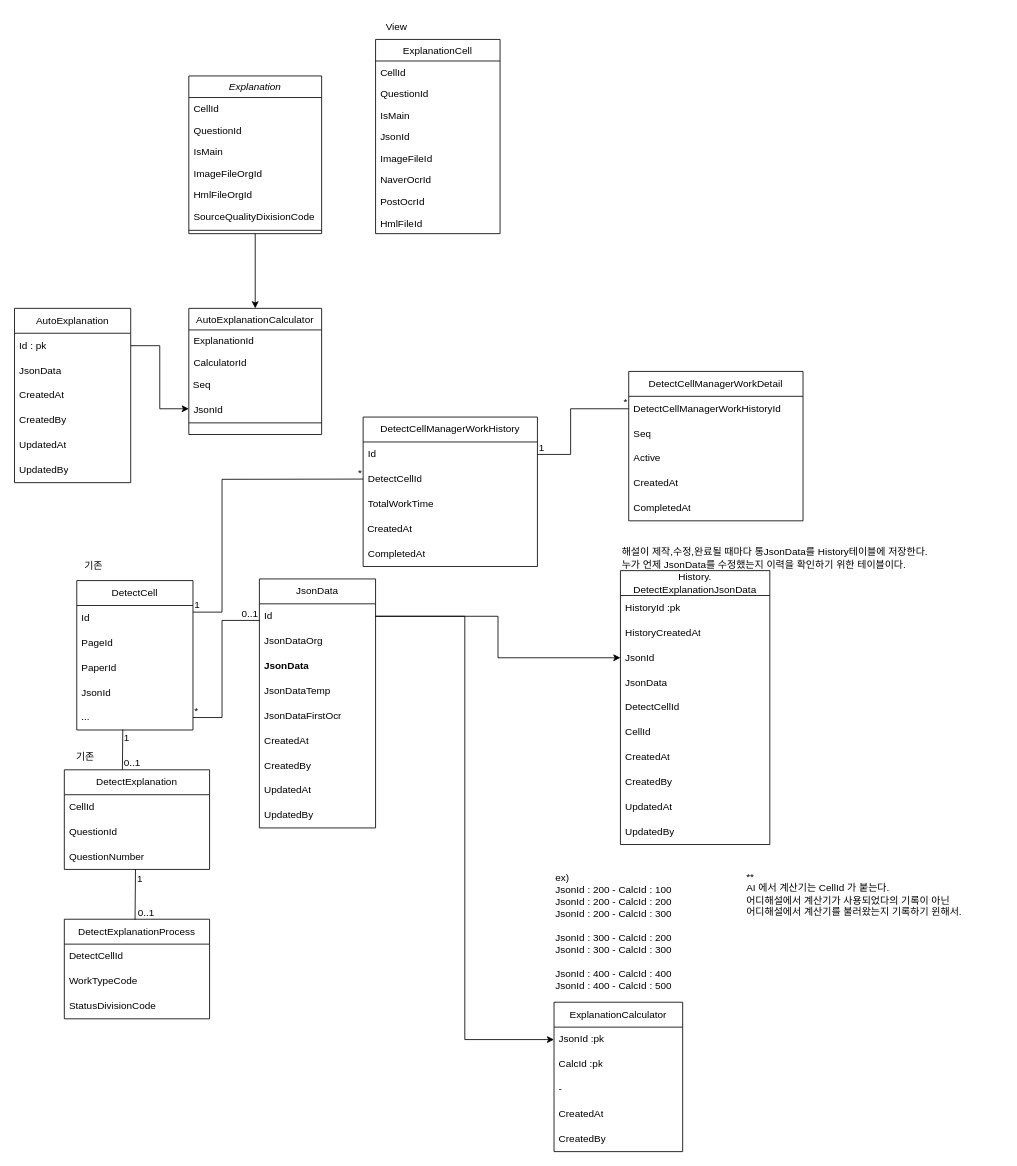
Above: 해설계산기.drawio in hyeonzx/Explanation_Calculator (draw.io), before the change. Source tidied: cells renumbered, new cells numbered last; positions are measured from the earlier drawing's top-left corner, leaving out a move shared by most shapes. Both pictures are drawn from the tidied source at 83%, with x=0, y=0 at pixel (14, 14).
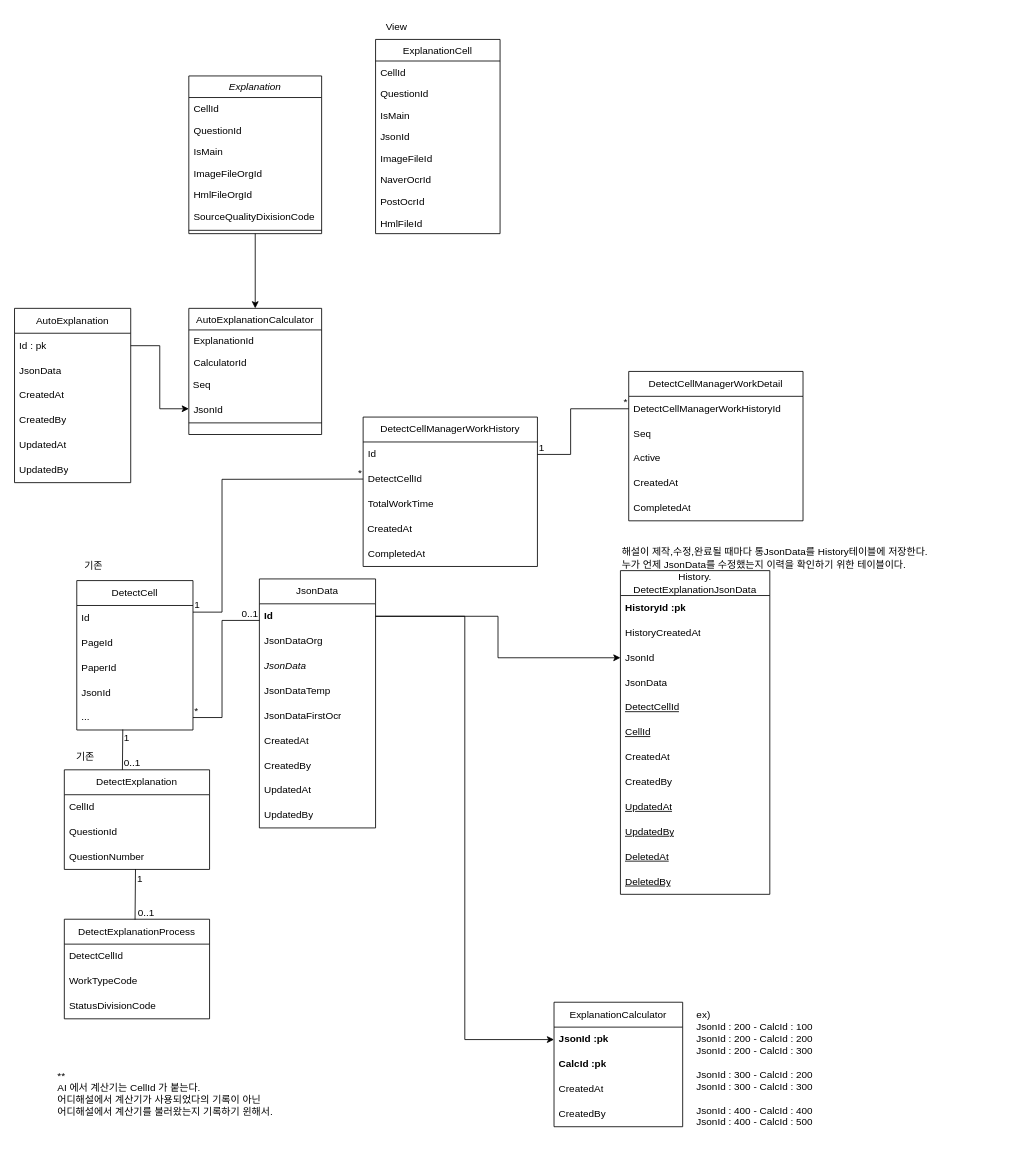
Above is the later version.

Commit message (it also covers changes not shown here):
해설계산기.drawio 업데이트

The change refers to these unchanged cells:
```xml
<mxCell id="42" value="JsonData" style="swimlane;fontStyle=0;horizontal=1;startSize=30;whiteSpace=wrap;html=1;" parent="1" vertex="1">
  <mxGeometry x="295" y="680" width="140" height="300" as="geometry" />
</mxCell>
```

What changed in the source:
```diff
@@
     <mxCell id="27" value="ExplanationCalculator" style="swimlane;fontStyle=0;horizontal=1;startSize=30;whiteSpace=wrap;html=1;" parent="1" vertex="1">
-      <mxGeometry x="650" y="1190" width="155" height="180" as="geometry" />
+      <mxGeometry x="650" y="1190" width="155" height="150" as="geometry" />
     </mxCell>
-    <mxCell id="28" value="JsonId :pk" style="text;strokeColor=none;fillColor=none;align=left;verticalAlign=middle;spacingLeft=4;spacingRight=4;overflow=hidden;points=[[0,0.5],[1,0.5]];portConstraint=eastwest;whiteSpace=wrap;html=1;" parent="27" vertex="1">
+    <mxCell id="28" value="&lt;b&gt;JsonId :pk&lt;/b&gt;" style="text;strokeColor=none;fillColor=none;align=left;verticalAlign=middle;spacingLeft=4;spacingRight=4;overflow=hidden;points=[[0,0.5],[1,0.5]];portConstraint=eastwest;whiteSpace=wrap;html=1;" parent="27" vertex="1">
       <mxGeometry y="30" width="155" height="30" as="geometry" />
     </mxCell>
-    <mxCell id="29" value="CalcId :pk" style="text;strokeColor=none;fillColor=none;align=left;verticalAlign=middle;spacingLeft=4;spacingRight=4;overflow=hidden;whiteSpace=wrap;html=1;" parent="27" vertex="1">
+    <mxCell id="29" value="&lt;b&gt;CalcId :pk&lt;/b&gt;" style="text;strokeColor=none;fillColor=none;align=left;verticalAlign=middle;spacingLeft=4;spacingRight=4;overflow=hidden;whiteSpace=wrap;html=1;" parent="27" vertex="1">
       <mxGeometry y="60" width="155" height="30" as="geometry" />
     </mxCell>
-    <mxCell id="30" value="&lt;i&gt;-&lt;/i&gt;" style="text;strokeColor=none;fillColor=none;align=left;verticalAlign=middle;spacingLeft=4;spacingRight=4;overflow=hidden;whiteSpace=wrap;html=1;" parent="27" vertex="1">
-      <mxGeometry y="90" width="155" height="30" as="geometry" />
-    </mxCell>
     <mxCell id="31" value="CreatedAt" style="text;strokeColor=none;fillColor=none;align=left;verticalAlign=middle;spacingLeft=4;spacingRight=4;overflow=hidden;whiteSpace=wrap;html=1;" parent="27" vertex="1">
-      <mxGeometry y="120" width="155" height="30" as="geometry" />
+      <mxGeometry y="90" width="155" height="30" as="geometry" />
     </mxCell>
     <mxCell id="32" value="CreatedBy" style="text;strokeColor=none;fillColor=none;align=left;verticalAlign=middle;spacingLeft=4;spacingRight=4;overflow=hidden;whiteSpace=wrap;html=1;" parent="27" vertex="1">
-      <mxGeometry y="150" width="155" height="30" as="geometry" />
+      <mxGeometry y="120" width="155" height="30" as="geometry" />
     </mxCell>
@@
-    <mxCell id="43" value="Id" style="text;strokeColor=none;fillColor=none;align=left;verticalAlign=middle;spacingLeft=4;spacingRight=4;overflow=hidden;points=[[0,0.5],[1,0.5]];portConstraint=eastwest;whiteSpace=wrap;html=1;" parent="42" vertex="1">
+    <mxCell id="43" value="&lt;b&gt;Id&lt;/b&gt;" style="text;strokeColor=none;fillColor=none;align=left;verticalAlign=middle;spacingLeft=4;spacingRight=4;overflow=hidden;points=[[0,0.5],[1,0.5]];portConstraint=eastwest;whiteSpace=wrap;html=1;" parent="42" vertex="1">
       <mxGeometry y="30" width="140" height="30" as="geometry" />
     </mxCell>
@@
-    <mxCell id="45" value="&lt;b&gt;JsonData&lt;/b&gt;" style="text;strokeColor=none;fillColor=none;align=left;verticalAlign=middle;spacingLeft=4;spacingRight=4;overflow=hidden;whiteSpace=wrap;html=1;" parent="42" vertex="1">
+    <mxCell id="45" value="&lt;i style=&quot;&quot;&gt;JsonData&lt;/i&gt;" style="text;strokeColor=none;fillColor=none;align=left;verticalAlign=middle;spacingLeft=4;spacingRight=4;overflow=hidden;whiteSpace=wrap;html=1;" parent="42" vertex="1">
       <mxGeometry y="90" width="140" height="30" as="geometry" />
     </mxCell>
@@
     <mxCell id="58" value="History.&lt;div&gt;DetectExplanationJsonData&lt;/div&gt;" style="swimlane;fontStyle=0;horizontal=1;startSize=30;whiteSpace=wrap;html=1;" parent="1" vertex="1">
-      <mxGeometry x="730" y="670" width="180" height="330" as="geometry" />
+      <mxGeometry x="730" y="670" width="180" height="390" as="geometry" />
     </mxCell>
-    <mxCell id="59" value="HistoryId :pk" style="text;strokeColor=none;fillColor=none;align=left;verticalAlign=middle;spacingLeft=4;spacingRight=4;overflow=hidden;whiteSpace=wrap;html=1;" parent="58" vertex="1">
+    <mxCell id="59" value="&lt;b&gt;HistoryId :pk&lt;/b&gt;" style="text;strokeColor=none;fillColor=none;align=left;verticalAlign=middle;spacingLeft=4;spacingRight=4;overflow=hidden;whiteSpace=wrap;html=1;" parent="58" vertex="1">
       <mxGeometry y="30" width="180" height="30" as="geometry" />
     </mxCell>
@@
-    <mxCell id="63" value="DetectCellId" style="text;strokeColor=none;fillColor=none;align=left;verticalAlign=middle;spacingLeft=4;spacingRight=4;overflow=hidden;whiteSpace=wrap;html=1;" parent="58" vertex="1">
+    <mxCell id="63" value="&lt;u&gt;DetectCellId&lt;/u&gt;" style="text;strokeColor=none;fillColor=none;align=left;verticalAlign=middle;spacingLeft=4;spacingRight=4;overflow=hidden;whiteSpace=wrap;html=1;" parent="58" vertex="1">
       <mxGeometry y="150" width="180" height="30" as="geometry" />
     </mxCell>
-    <mxCell id="64" value="CellId" style="text;strokeColor=none;fillColor=none;align=left;verticalAlign=middle;spacingLeft=4;spacingRight=4;overflow=hidden;whiteSpace=wrap;html=1;" parent="58" vertex="1">
+    <mxCell id="64" value="&lt;u&gt;CellId&lt;/u&gt;" style="text;strokeColor=none;fillColor=none;align=left;verticalAlign=middle;spacingLeft=4;spacingRight=4;overflow=hidden;whiteSpace=wrap;html=1;" parent="58" vertex="1">
       <mxGeometry y="180" width="180" height="30" as="geometry" />
     </mxCell>
@@
-    <mxCell id="67" value="UpdatedAt" style="text;strokeColor=none;fillColor=none;align=left;verticalAlign=middle;spacingLeft=4;spacingRight=4;overflow=hidden;whiteSpace=wrap;html=1;" parent="58" vertex="1">
+    <mxCell id="67" value="&lt;u&gt;UpdatedAt&lt;/u&gt;" style="text;strokeColor=none;fillColor=none;align=left;verticalAlign=middle;spacingLeft=4;spacingRight=4;overflow=hidden;whiteSpace=wrap;html=1;" parent="58" vertex="1">
       <mxGeometry y="270" width="180" height="30" as="geometry" />
     </mxCell>
-    <mxCell id="68" value="UpdatedBy" style="text;strokeColor=none;fillColor=none;align=left;verticalAlign=middle;spacingLeft=4;spacingRight=4;overflow=hidden;whiteSpace=wrap;html=1;" parent="58" vertex="1">
+    <mxCell id="68" value="&lt;u&gt;UpdatedBy&lt;/u&gt;" style="text;strokeColor=none;fillColor=none;align=left;verticalAlign=middle;spacingLeft=4;spacingRight=4;overflow=hidden;whiteSpace=wrap;html=1;" parent="58" vertex="1">
       <mxGeometry y="300" width="180" height="30" as="geometry" />
     </mxCell>
+    <mxCell id="111" value="&lt;u&gt;DeletedAt&lt;/u&gt;" style="text;strokeColor=none;fillColor=none;align=left;verticalAlign=middle;spacingLeft=4;spacingRight=4;overflow=hidden;whiteSpace=wrap;html=1;" parent="58" vertex="1">
+      <mxGeometry y="330" width="180" height="30" as="geometry" />
+    </mxCell>
+    <mxCell id="112" value="&lt;u&gt;DeletedBy&lt;/u&gt;" style="text;strokeColor=none;fillColor=none;align=left;verticalAlign=middle;spacingLeft=4;spacingRight=4;overflow=hidden;whiteSpace=wrap;html=1;" parent="58" vertex="1">
+      <mxGeometry y="360" width="180" height="30" as="geometry" />
+    </mxCell>
@@
     <mxCell id="73" value="&lt;div&gt;&lt;div&gt;ex)&lt;/div&gt;&lt;div&gt;JsonId : 200 - CalcId : 100&lt;/div&gt;&lt;div&gt;JsonId : 200 - CalcId : 200&lt;/div&gt;&lt;div&gt;JsonId : 200 - CalcId : 300&lt;/div&gt;&lt;div&gt;&amp;nbsp; &amp;nbsp; &amp;nbsp; &amp;nbsp; &amp;nbsp;&lt;/div&gt;&lt;div&gt;JsonId : 300 - CalcId : 200&lt;/div&gt;&lt;div&gt;JsonId : 300 - CalcId : 300&lt;/div&gt;&lt;div&gt;&amp;nbsp; &amp;nbsp; &amp;nbsp;&lt;/div&gt;&lt;div&gt;JsonId : 400 - CalcId : 400&lt;/div&gt;&lt;div&gt;JsonId : 400 - CalcId : 500&lt;/div&gt;&lt;/div&gt;" style="text;html=1;align=left;verticalAlign=middle;strokeColor=none;fillColor=none;" parent="1" vertex="1">
-      <mxGeometry x="650" y="1025" width="160" height="160" as="geometry" />
+      <mxGeometry x="820" y="1190" width="160" height="160" as="geometry" />
     </mxCell>
     <mxCell id="74" value="&lt;font face=&quot;눈누&quot;&gt;**&lt;/font&gt;&lt;div&gt;&lt;font face=&quot;눈누&quot;&gt;AI 에서 계산기는&amp;nbsp;&lt;span style=&quot;background-color: transparent; color: light-dark(rgb(0, 0, 0), rgb(255, 255, 255));&quot;&gt;CellId 가 붙는다.&lt;/span&gt;&lt;/font&gt;&lt;div&gt;&lt;font face=&quot;눈누&quot;&gt;어디해설에서 계산기가 사용되었다의 기록이 아닌&lt;/font&gt;&lt;/div&gt;&lt;div&gt;&lt;font face=&quot;눈누&quot;&gt;어디해설에서 계산기를 불러왔는지 기록하기 윈해서.&lt;/font&gt;&lt;/div&gt;&lt;/div&gt;" style="text;html=1;align=left;verticalAlign=middle;strokeColor=none;fillColor=none;" parent="1" vertex="1">
-      <mxGeometry x="880" y="1020" width="310" height="80" as="geometry" />
+      <mxGeometry x="50" y="1260" width="310" height="80" as="geometry" />
     </mxCell>
```
